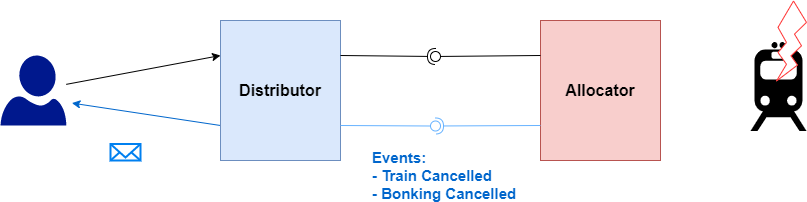
The draw.io diagram images/synchronization-management/synchronization-management.png in UnionInternationalCheminsdeFer/OSDM, before a commit. Source tidied: cells renumbered, new cells last; positions are measured from the earlier drawing's top-left corner, leaving out a move shared by most shapes. Its diagram source:
```xml
<mxGraphModel>
  <root>
    <mxCell id="0" />
    <mxCell id="1" parent="0" />
    <mxCell id="2" value="Allocator" style="rounded=0;whiteSpace=wrap;html=1;fillColor=#f8cecc;strokeColor=#b85450;fontStyle=1;fontSize=16;" parent="1" vertex="1">
      <mxGeometry x="540" y="20" width="120" height="140" as="geometry" />
    </mxCell>
    <mxCell id="3" style="edgeStyle=none;rounded=0;jettySize=auto;html=1;entryX=1.085;entryY=0.68;entryDx=0;entryDy=0;entryPerimeter=0;exitX=0;exitY=0.75;exitDx=0;exitDy=0;strokeColor=#0066CC;" parent="1" edge="1" source="4" target="16">
      <mxGeometry relative="1" as="geometry" />
    </mxCell>
    <mxCell id="4" value="&lt;font style=&quot;font-size: 16px&quot;&gt;Distributor&lt;/font&gt;" style="rounded=0;whiteSpace=wrap;html=1;fillColor=#dae8fc;strokeColor=#6c8ebf;fontStyle=1;" parent="1" vertex="1">
      <mxGeometry x="220" y="20" width="120" height="140" as="geometry" />
    </mxCell>
    <mxCell id="5" style="shape=mxgraph.signs.transportation.train_2;html=1;fillColor=#000000;strokeColor=none;verticalLabelPosition=bottom;verticalAlign=top;align=center;" parent="1" vertex="1">
      <mxGeometry x="750" y="41.5" width="56" height="89" as="geometry" />
    </mxCell>
    <mxCell id="6" style="verticalLabelPosition=bottom;verticalAlign=top;html=1;shape=mxgraph.basic.flash;strokeColor=#FF3333;" parent="1" vertex="1">
      <mxGeometry x="776" y="0.5" width="30" height="80" as="geometry" />
    </mxCell>
    <mxCell id="7" style="rounded=0;jettySize=auto;html=1;endArrow=none;endFill=0;sketch=0;sourcePerimeterSpacing=0;targetPerimeterSpacing=0;exitX=1;exitY=0.75;exitDx=0;exitDy=0;strokeColor=#66B2FF;" parent="1" edge="1" source="4" target="9">
      <mxGeometry relative="1" as="geometry" />
    </mxCell>
    <mxCell id="8" style="rounded=0;jettySize=auto;html=1;endArrow=halfCircle;endFill=0;entryX=0.5;entryY=0.5;endSize=6;strokeWidth=1;sketch=0;exitX=0;exitY=0.75;exitDx=0;exitDy=0;strokeColor=#66B2FF;" parent="1" edge="1" source="2" target="9">
      <mxGeometry relative="1" as="geometry" />
    </mxCell>
    <mxCell id="9" style="ellipse;whiteSpace=wrap;html=1;align=center;points=[];outlineConnect=0;sketch=0;strokeColor=#66B2FF;" parent="1" vertex="1">
      <mxGeometry x="430" y="120.5" width="10" height="10" as="geometry" />
    </mxCell>
    <mxCell id="10" value="&lt;b style=&quot;font-size: 15px;&quot;&gt;&lt;font color=&quot;#0066cc&quot; style=&quot;font-size: 15px;&quot;&gt;Events: &lt;br style=&quot;font-size: 15px;&quot;&gt;- Train Cancelled&lt;br style=&quot;font-size: 15px;&quot;&gt;- Bonking Cancelled&lt;/font&gt;&lt;/b&gt;" style="rounded=0;whiteSpace=wrap;html=1;strokeColor=none;align=left;fontSize=15;" parent="1" vertex="1">
      <mxGeometry x="370" y="160" width="150" height="30" as="geometry" />
    </mxCell>
    <mxCell id="11" style="html=1;verticalLabelPosition=bottom;align=center;labelBackgroundColor=#ffffff;verticalAlign=top;strokeWidth=2;strokeColor=#0080F0;shadow=0;dashed=0;shape=mxgraph.ios7.icons.mail;" parent="1" vertex="1">
      <mxGeometry x="110" y="143.5" width="30" height="16.5" as="geometry" />
    </mxCell>
    <mxCell id="12" style="rounded=0;jettySize=auto;html=1;endArrow=none;endFill=0;sketch=0;sourcePerimeterSpacing=0;targetPerimeterSpacing=0;exitX=0;exitY=0.25;exitDx=0;exitDy=0;" parent="1" edge="1" source="2" target="14">
      <mxGeometry relative="1" as="geometry" />
    </mxCell>
    <mxCell id="13" style="rounded=0;jettySize=auto;html=1;endArrow=halfCircle;endFill=0;entryX=0.5;entryY=0.5;endSize=6;strokeWidth=1;sketch=0;exitX=1;exitY=0.25;exitDx=0;exitDy=0;" parent="1" edge="1" source="4" target="14">
      <mxGeometry relative="1" as="geometry" />
    </mxCell>
    <mxCell id="14" style="ellipse;whiteSpace=wrap;html=1;align=center;points=[];outlineConnect=0;sketch=0;strokeColor=#000000;" parent="1" vertex="1">
      <mxGeometry x="430" y="51" width="10" height="10" as="geometry" />
    </mxCell>
    <mxCell id="15" style="edgeStyle=none;rounded=0;jettySize=auto;html=1;entryX=0;entryY=0.25;entryDx=0;entryDy=0;" parent="1" edge="1" source="16" target="4">
      <mxGeometry relative="1" as="geometry" />
    </mxCell>
    <mxCell id="16" style="sketch=0;shadow=0;dashed=0;html=1;strokeColor=none;labelPosition=center;verticalLabelPosition=bottom;verticalAlign=top;align=center;fillColor=#00188D;shape=mxgraph.azure.user;" parent="1" vertex="1">
      <mxGeometry y="55" width="65.8" height="70" as="geometry" />
    </mxCell>
  </root>
</mxGraphModel>
```
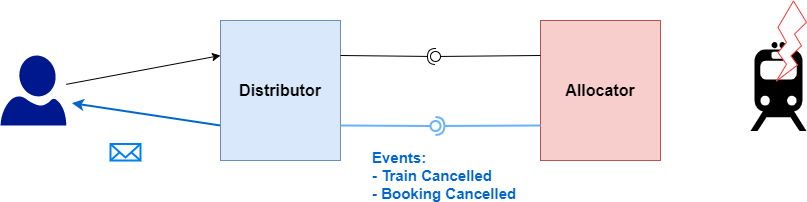
After the commit.

What changed in the source:
```diff
@@ -5,7 +5,7 @@
     <mxCell id="2" value="Allocator" style="rounded=0;whiteSpace=wrap;html=1;fillColor=#f8cecc;strokeColor=#b85450;fontStyle=1;fontSize=16;" parent="1" vertex="1">
       <mxGeometry x="540" y="20" width="120" height="140" as="geometry" />
     </mxCell>
-    <mxCell id="3" style="edgeStyle=none;rounded=0;jettySize=auto;html=1;entryX=1.085;entryY=0.68;entryDx=0;entryDy=0;entryPerimeter=0;exitX=0;exitY=0.75;exitDx=0;exitDy=0;strokeColor=#0066CC;" parent="1" edge="1" source="4" target="16">
+    <mxCell id="3" style="edgeStyle=none;rounded=0;jettySize=auto;html=1;entryX=1.085;entryY=0.68;entryDx=0;entryDy=0;entryPerimeter=0;exitX=0;exitY=0.75;exitDx=0;exitDy=0;strokeColor=#0066CC;strokeWidth=2;" parent="1" edge="1" source="4" target="16">
       <mxGeometry relative="1" as="geometry" />
     </mxCell>
     <mxCell id="4" value="&lt;font style=&quot;font-size: 16px&quot;&gt;Distributor&lt;/font&gt;" style="rounded=0;whiteSpace=wrap;html=1;fillColor=#dae8fc;strokeColor=#6c8ebf;fontStyle=1;" parent="1" vertex="1">
@@ -17,16 +17,16 @@
     <mxCell id="6" style="verticalLabelPosition=bottom;verticalAlign=top;html=1;shape=mxgraph.basic.flash;strokeColor=#FF3333;" parent="1" vertex="1">
       <mxGeometry x="776" y="0.5" width="30" height="80" as="geometry" />
     </mxCell>
-    <mxCell id="7" style="rounded=0;jettySize=auto;html=1;endArrow=none;endFill=0;sketch=0;sourcePerimeterSpacing=0;targetPerimeterSpacing=0;exitX=1;exitY=0.75;exitDx=0;exitDy=0;strokeColor=#66B2FF;" parent="1" edge="1" source="4" target="9">
+    <mxCell id="7" style="rounded=0;jettySize=auto;html=1;endArrow=none;endFill=0;sketch=0;sourcePerimeterSpacing=0;targetPerimeterSpacing=0;exitX=1;exitY=0.75;exitDx=0;exitDy=0;strokeColor=#66B2FF;strokeWidth=2;" parent="1" edge="1" source="4" target="9">
       <mxGeometry relative="1" as="geometry" />
     </mxCell>
-    <mxCell id="8" style="rounded=0;jettySize=auto;html=1;endArrow=halfCircle;endFill=0;entryX=0.5;entryY=0.5;endSize=6;strokeWidth=1;sketch=0;exitX=0;exitY=0.75;exitDx=0;exitDy=0;strokeColor=#66B2FF;" parent="1" edge="1" source="2" target="9">
+    <mxCell id="8" style="rounded=0;jettySize=auto;html=1;endArrow=halfCircle;endFill=0;entryX=0.5;entryY=0.5;endSize=6;strokeWidth=2;sketch=0;exitX=0;exitY=0.75;exitDx=0;exitDy=0;strokeColor=#66B2FF;" parent="1" edge="1" source="2" target="9">
       <mxGeometry relative="1" as="geometry" />
     </mxCell>
-    <mxCell id="9" style="ellipse;whiteSpace=wrap;html=1;align=center;points=[];outlineConnect=0;sketch=0;strokeColor=#66B2FF;" parent="1" vertex="1">
+    <mxCell id="9" style="ellipse;whiteSpace=wrap;html=1;align=center;points=[];outlineConnect=0;sketch=0;strokeColor=#66B2FF;strokeWidth=2;" parent="1" vertex="1">
       <mxGeometry x="430" y="120.5" width="10" height="10" as="geometry" />
     </mxCell>
-    <mxCell id="10" value="&lt;b style=&quot;font-size: 15px;&quot;&gt;&lt;font color=&quot;#0066cc&quot; style=&quot;font-size: 15px;&quot;&gt;Events: &lt;br style=&quot;font-size: 15px;&quot;&gt;- Train Cancelled&lt;br style=&quot;font-size: 15px;&quot;&gt;- Bonking Cancelled&lt;/font&gt;&lt;/b&gt;" style="rounded=0;whiteSpace=wrap;html=1;strokeColor=none;align=left;fontSize=15;" parent="1" vertex="1">
+    <mxCell id="10" value="&lt;b style=&quot;font-size: 15px&quot;&gt;&lt;font color=&quot;#0066cc&quot; style=&quot;font-size: 15px&quot;&gt;Events: &lt;br style=&quot;font-size: 15px&quot;&gt;- Train Cancelled&lt;br style=&quot;font-size: 15px&quot;&gt;- Booking Cancelled&lt;/font&gt;&lt;/b&gt;" style="rounded=0;whiteSpace=wrap;html=1;strokeColor=none;align=left;fontSize=15;" parent="1" vertex="1">
       <mxGeometry x="370" y="160" width="150" height="30" as="geometry" />
     </mxCell>
     <mxCell id="11" style="html=1;verticalLabelPosition=bottom;align=center;labelBackgroundColor=#ffffff;verticalAlign=top;strokeWidth=2;strokeColor=#0080F0;shadow=0;dashed=0;shape=mxgraph.ios7.icons.mail;" parent="1" vertex="1">
```
